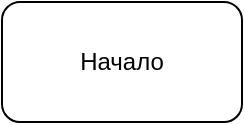
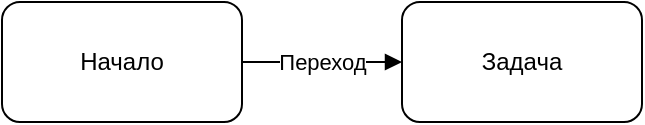
<mxfile host="app.diagrams.net">
  <diagram name="simple">
    <mxGraphModel>
      <root>
        <mxCell id="0"/>
        <mxCell id="1" parent="0"/>
        <mxCell id="2" value="Начало" style="rounded=1;whiteSpace=wrap;html=1;" vertex="1" parent="1">
          <mxGeometry x="120" y="80" width="120" height="60" as="geometry"/>
        </mxCell>
+         <mxCell id="3" value="Задача" style="rounded=1;whiteSpace=wrap;html=1;" vertex="1" parent="1">
+           <mxGeometry x="320" y="80" width="120" height="60" as="geometry"/>
+         </mxCell>
+         <mxCell id="4" value="Переход" style="endArrow=block;html=1;rounded=0;" edge="1" parent="1" source="2" target="3">
+           <mxGeometry relative="1" as="geometry"/>
+         </mxCell>
      </root>
    </mxGraphModel>
  </diagram>
</mxfile>
